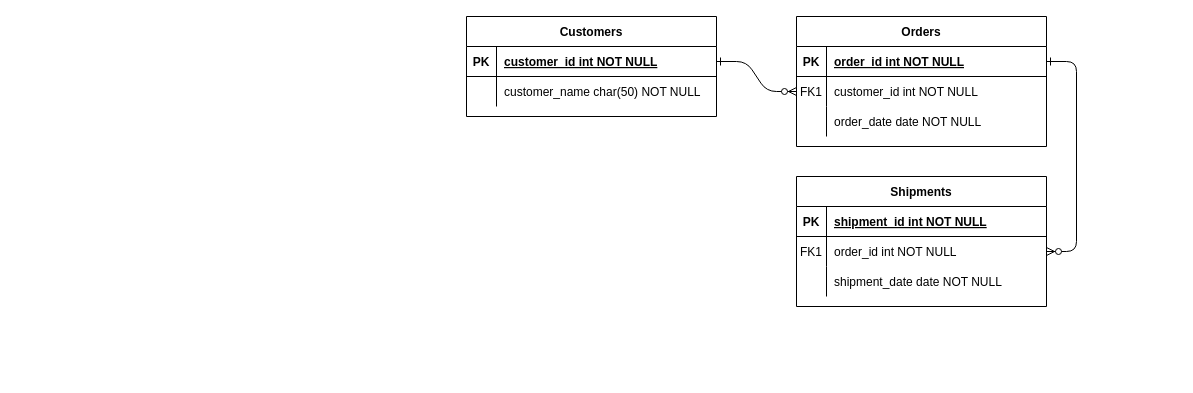
The draw.io diagram pre-test-HRIS.drawio in azmiadhani/diagramsnet, before the edit. Source tidied: cells renumbered, new cells numbered last; positions are measured from the earlier drawing's top-left corner, leaving out a move shared by most shapes. Both pictures are drawn from the tidied source at 100%, with x=0, y=0 at pixel (466, 16).
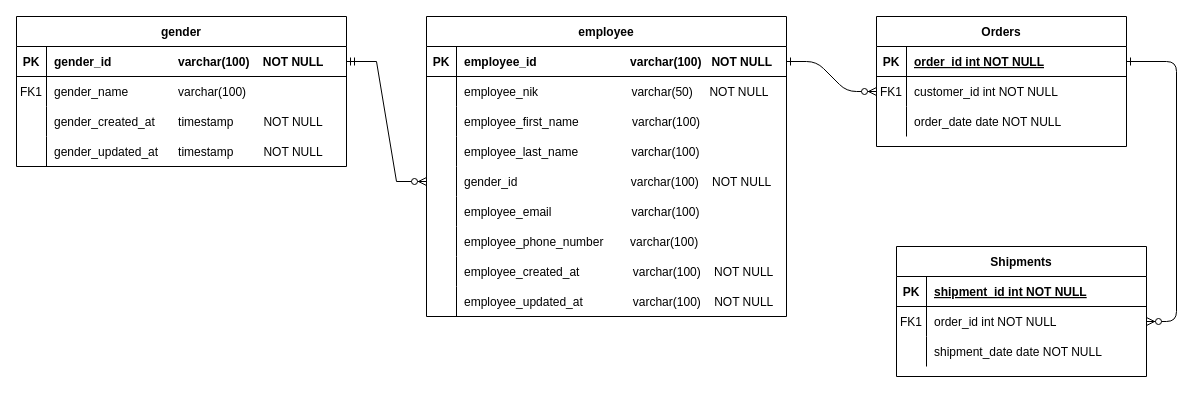
The same page after the edit.

Diff of the diagram source:
```diff
@@
     <mxCell id="4" value="Orders" style="shape=table;startSize=30;childLayout=tableLayout;rowLines=0;fontStyle=1;align=center;" parent="1" vertex="1">
-      <mxGeometry x="330" width="250" height="130" as="geometry" />
+      <mxGeometry x="410" width="250" height="130" as="geometry" />
     </mxCell>
@@
     <mxCell id="14" value="Shipments" style="shape=table;startSize=30;childLayout=tableLayout;rowLines=0;fontStyle=1;align=center;" parent="1" vertex="1">
-      <mxGeometry x="330" y="160" width="250" height="130" as="geometry" />
+      <mxGeometry x="430" y="230" width="250" height="130" as="geometry" />
     </mxCell>
@@
-    <mxCell id="24" value="Customers" style="shape=table;startSize=30;childLayout=tableLayout;rowLines=0;fontStyle=1;align=center;" parent="1" vertex="1">
-      <mxGeometry width="250" height="100" as="geometry" />
+    <mxCell id="24" value="employee" style="shape=table;startSize=30;childLayout=tableLayout;rowLines=0;fontStyle=1;align=center;" parent="1" vertex="1">
+      <mxGeometry x="-40" width="360" height="300" as="geometry" />
     </mxCell>
     <mxCell id="25" style="shape=partialRectangle;fillColor=none;points=[[0,0.5],[1,0.5]];portConstraint=eastwest;top=0;left=0;right=0;bottom=1;" parent="24" vertex="1">
-      <mxGeometry y="30" width="250" height="30" as="geometry" />
+      <mxGeometry y="30" width="360" height="30" as="geometry" />
     </mxCell>
@@
-    <mxCell id="27" value="customer_id int NOT NULL " style="shape=partialRectangle;overflow=hidden;fillColor=none;top=0;left=0;bottom=0;right=0;align=left;spacingLeft=6;fontStyle=5;" parent="25" vertex="1">
-      <mxGeometry x="30" width="220" height="30" as="geometry" />
+    <mxCell id="27" value="employee_id                            varchar(100)   NOT NULL" style="shape=partialRectangle;overflow=hidden;fillColor=none;top=0;left=0;bottom=0;right=0;align=left;spacingLeft=6;fontStyle=1;" parent="25" vertex="1">
+      <mxGeometry x="30" width="330" height="30" as="geometry" />
     </mxCell>
     <mxCell id="28" style="shape=partialRectangle;fillColor=none;top=0;left=0;right=0;bottom=0;" parent="24" vertex="1">
-      <mxGeometry y="60" width="250" height="30" as="geometry" />
+      <mxGeometry y="60" width="360" height="30" as="geometry" />
     </mxCell>
@@
-    <mxCell id="30" value="customer_name char(50) NOT NULL" style="shape=partialRectangle;overflow=hidden;fillColor=none;top=0;left=0;bottom=0;right=0;align=left;spacingLeft=6;" parent="28" vertex="1">
-      <mxGeometry x="30" width="220" height="30" as="geometry" />
+    <mxCell id="30" value="employee_nik                            varchar(50)     NOT NULL" style="shape=partialRectangle;overflow=hidden;fillColor=none;top=0;left=0;bottom=0;right=0;align=left;spacingLeft=6;" parent="28" vertex="1">
+      <mxGeometry x="30" width="330" height="30" as="geometry" />
     </mxCell>
+    <mxCell id="31" style="shape=partialRectangle;fillColor=none;top=0;left=0;right=0;bottom=0;" parent="24" vertex="1">
+      <mxGeometry y="90" width="360" height="30" as="geometry" />
+    </mxCell>
+    <mxCell id="32" style="shape=partialRectangle;overflow=hidden;fillColor=none;top=0;left=0;bottom=0;right=0;" parent="31" vertex="1">
+      <mxGeometry width="30" height="30" as="geometry" />
+    </mxCell>
+    <mxCell id="33" value="employee_first_name                varchar(100)" style="shape=partialRectangle;overflow=hidden;fillColor=none;top=0;left=0;bottom=0;right=0;align=left;spacingLeft=6;" parent="31" vertex="1">
+      <mxGeometry x="30" width="330" height="30" as="geometry" />
+    </mxCell>
+    <mxCell id="34" style="shape=partialRectangle;fillColor=none;top=0;left=0;right=0;bottom=0;" parent="24" vertex="1">
+      <mxGeometry y="120" width="360" height="30" as="geometry" />
+    </mxCell>
+    <mxCell id="35" style="shape=partialRectangle;overflow=hidden;fillColor=none;top=0;left=0;bottom=0;right=0;" parent="34" vertex="1">
+      <mxGeometry width="30" height="30" as="geometry" />
+    </mxCell>
+    <mxCell id="36" value="employee_last_name                varchar(100) " style="shape=partialRectangle;overflow=hidden;fillColor=none;top=0;left=0;bottom=0;right=0;align=left;spacingLeft=6;" parent="34" vertex="1">
+      <mxGeometry x="30" width="330" height="30" as="geometry" />
+    </mxCell>
+    <mxCell id="37" style="shape=partialRectangle;fillColor=none;points=[[0,0.5],[1,0.5]];portConstraint=eastwest;top=0;left=0;right=0;bottom=0;" parent="24" vertex="1">
+      <mxGeometry y="150" width="360" height="30" as="geometry" />
+    </mxCell>
+    <mxCell id="38" style="shape=partialRectangle;overflow=hidden;fillColor=none;top=0;left=0;bottom=0;right=0;" parent="37" vertex="1">
+      <mxGeometry width="30" height="30" as="geometry" />
+    </mxCell>
+    <mxCell id="39" value="gender_id                                  varchar(100)    NOT NULL" style="shape=partialRectangle;overflow=hidden;fillColor=none;top=0;left=0;bottom=0;right=0;align=left;spacingLeft=6;" parent="37" vertex="1">
+      <mxGeometry x="30" width="330" height="30" as="geometry" />
+    </mxCell>
+    <mxCell id="40" style="shape=partialRectangle;fillColor=none;top=0;left=0;right=0;bottom=0;" parent="24" vertex="1">
+      <mxGeometry y="180" width="360" height="30" as="geometry" />
+    </mxCell>
+    <mxCell id="41" style="shape=partialRectangle;overflow=hidden;fillColor=none;top=0;left=0;bottom=0;right=0;" parent="40" vertex="1">
+      <mxGeometry width="30" height="30" as="geometry" />
+    </mxCell>
+    <mxCell id="42" value="employee_email                        varchar(100)" style="shape=partialRectangle;overflow=hidden;fillColor=none;top=0;left=0;bottom=0;right=0;align=left;spacingLeft=6;" parent="40" vertex="1">
+      <mxGeometry x="30" width="330" height="30" as="geometry" />
+    </mxCell>
+    <mxCell id="43" style="shape=partialRectangle;fillColor=none;top=0;left=0;right=0;bottom=0;" parent="24" vertex="1">
+      <mxGeometry y="210" width="360" height="30" as="geometry" />
+    </mxCell>
+    <mxCell id="44" style="shape=partialRectangle;overflow=hidden;fillColor=none;top=0;left=0;bottom=0;right=0;" parent="43" vertex="1">
+      <mxGeometry width="30" height="30" as="geometry" />
+    </mxCell>
+    <mxCell id="45" value="employee_phone_number        varchar(100)" style="shape=partialRectangle;overflow=hidden;fillColor=none;top=0;left=0;bottom=0;right=0;align=left;spacingLeft=6;" parent="43" vertex="1">
+      <mxGeometry x="30" width="330" height="30" as="geometry" />
+    </mxCell>
+    <mxCell id="46" style="shape=partialRectangle;fillColor=none;top=0;left=0;right=0;bottom=0;" parent="24" vertex="1">
+      <mxGeometry y="240" width="360" height="30" as="geometry" />
+    </mxCell>
+    <mxCell id="47" style="shape=partialRectangle;overflow=hidden;fillColor=none;top=0;left=0;bottom=0;right=0;" parent="46" vertex="1">
+      <mxGeometry width="30" height="30" as="geometry" />
+    </mxCell>
+    <mxCell id="48" value="employee_created_at                varchar(100)    NOT NULL" style="shape=partialRectangle;overflow=hidden;fillColor=none;top=0;left=0;bottom=0;right=0;align=left;spacingLeft=6;" parent="46" vertex="1">
+      <mxGeometry x="30" width="330" height="30" as="geometry" />
+    </mxCell>
+    <mxCell id="49" style="shape=partialRectangle;fillColor=none;top=0;left=0;right=0;bottom=0;" parent="24" vertex="1">
+      <mxGeometry y="270" width="360" height="30" as="geometry" />
+    </mxCell>
+    <mxCell id="50" style="shape=partialRectangle;overflow=hidden;fillColor=none;top=0;left=0;bottom=0;right=0;" parent="49" vertex="1">
+      <mxGeometry width="30" height="30" as="geometry" />
+    </mxCell>
+    <mxCell id="51" value="employee_updated_at               varchar(100)    NOT NULL" style="shape=partialRectangle;overflow=hidden;fillColor=none;top=0;left=0;bottom=0;right=0;align=left;spacingLeft=6;" parent="49" vertex="1">
+      <mxGeometry x="30" width="330" height="30" as="geometry" />
+    </mxCell>
+    <mxCell id="52" value="gender" style="shape=table;startSize=30;childLayout=tableLayout;rowLines=0;fontStyle=1;align=center;" parent="1" vertex="1">
+      <mxGeometry x="-450" width="330" height="150" as="geometry" />
+    </mxCell>
+    <mxCell id="53" style="shape=partialRectangle;fillColor=none;points=[[0,0.5],[1,0.5]];portConstraint=eastwest;top=0;left=0;right=0;bottom=1;" parent="52" vertex="1">
+      <mxGeometry y="30" width="330" height="30" as="geometry" />
+    </mxCell>
+    <mxCell id="54" value="PK" style="shape=partialRectangle;overflow=hidden;fillColor=none;top=0;left=0;bottom=0;right=0;fontStyle=1;" parent="53" vertex="1">
+      <mxGeometry width="30" height="30" as="geometry" />
+    </mxCell>
+    <mxCell id="55" value="gender_id                    varchar(100)    NOT NULL " style="shape=partialRectangle;overflow=hidden;fillColor=none;top=0;left=0;bottom=0;right=0;align=left;spacingLeft=6;fontStyle=1;" parent="53" vertex="1">
+      <mxGeometry x="30" width="300" height="30" as="geometry" />
+    </mxCell>
+    <mxCell id="56" style="shape=partialRectangle;fillColor=none;top=0;left=0;right=0;bottom=0;" parent="52" vertex="1">
+      <mxGeometry y="60" width="330" height="30" as="geometry" />
+    </mxCell>
+    <mxCell id="57" value="FK1" style="shape=partialRectangle;overflow=hidden;fillColor=none;top=0;left=0;bottom=0;right=0;" parent="56" vertex="1">
+      <mxGeometry width="30" height="30" as="geometry" />
+    </mxCell>
+    <mxCell id="58" value="gender_name               varchar(100)" style="shape=partialRectangle;overflow=hidden;fillColor=none;top=0;left=0;bottom=0;right=0;align=left;spacingLeft=6;" parent="56" vertex="1">
+      <mxGeometry x="30" width="300" height="30" as="geometry" />
+    </mxCell>
+    <mxCell id="59" style="shape=partialRectangle;fillColor=none;top=0;left=0;right=0;bottom=0;" parent="52" vertex="1">
+      <mxGeometry y="90" width="330" height="30" as="geometry" />
+    </mxCell>
+    <mxCell id="60" style="shape=partialRectangle;overflow=hidden;fillColor=none;top=0;left=0;bottom=0;right=0;" parent="59" vertex="1">
+      <mxGeometry width="30" height="30" as="geometry" />
+    </mxCell>
+    <mxCell id="61" value="gender_created_at       timestamp         NOT NULL" style="shape=partialRectangle;overflow=hidden;fillColor=none;top=0;left=0;bottom=0;right=0;align=left;spacingLeft=6;" parent="59" vertex="1">
+      <mxGeometry x="30" width="300" height="30" as="geometry" />
+    </mxCell>
+    <mxCell id="62" style="shape=partialRectangle;fillColor=none;top=0;left=0;right=0;bottom=0;" parent="52" vertex="1">
+      <mxGeometry y="120" width="330" height="30" as="geometry" />
+    </mxCell>
+    <mxCell id="63" style="shape=partialRectangle;overflow=hidden;fillColor=none;top=0;left=0;bottom=0;right=0;" parent="62" vertex="1">
+      <mxGeometry width="30" height="30" as="geometry" />
+    </mxCell>
+    <mxCell id="64" value="gender_updated_at      timestamp         NOT NULL" style="shape=partialRectangle;overflow=hidden;fillColor=none;top=0;left=0;bottom=0;right=0;align=left;spacingLeft=6;" parent="62" vertex="1">
+      <mxGeometry x="30" width="300" height="30" as="geometry" />
+    </mxCell>
+    <mxCell id="65" style="edgeStyle=entityRelationEdgeStyle;fontSize=12;html=1;endArrow=ERzeroToMany;startArrow=ERmandOne;rounded=0;exitX=1;exitY=0.5;exitDx=0;exitDy=0;" parent="1" edge="1" source="53" target="37">
+      <mxGeometry relative="1" as="geometry" />
+    </mxCell>
```
